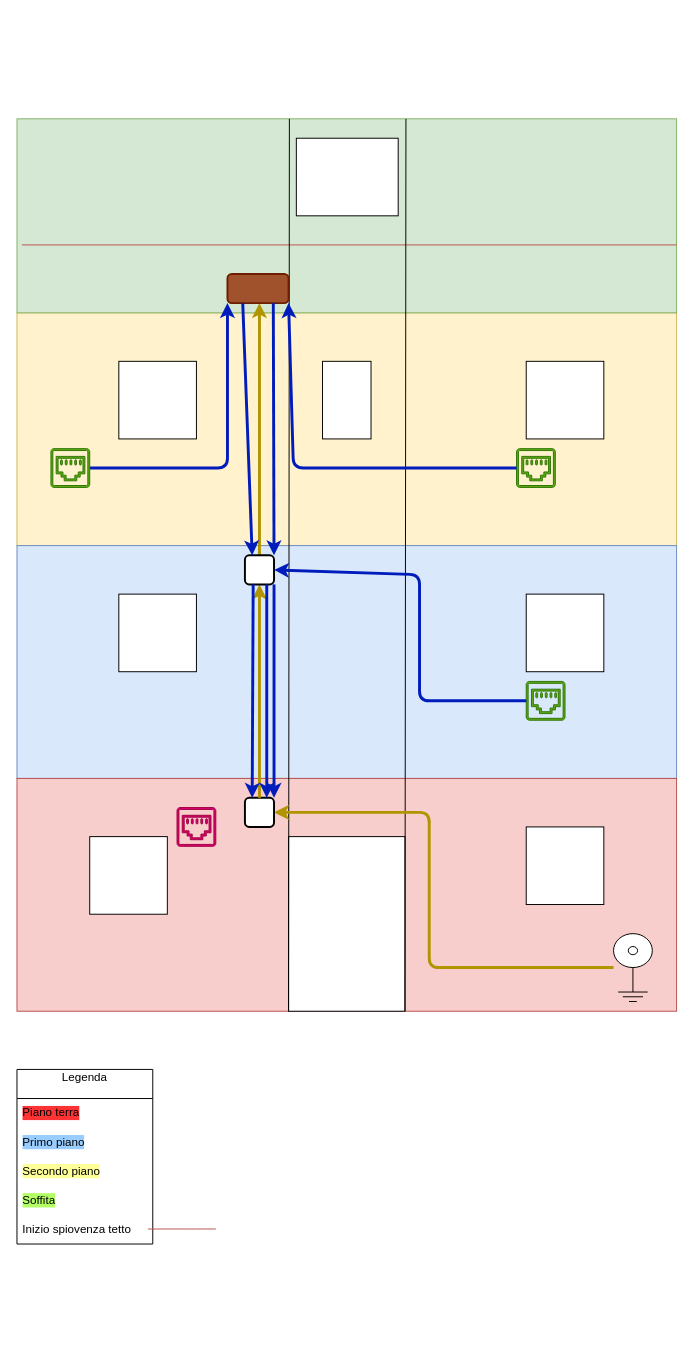
This is ideal-electric-setup.drawio from Vik1977/Projects-Documentation, a draw.io file, before an edit. Source tidied: cells renumbered, new cells numbered last; positions are measured from the earlier drawing's top-left corner, leaving out a move shared by most shapes. Both pictures are drawn from the tidied source at 97%, with x=0, y=0 at pixel (16, 118). Pictures stored in the file or linked from it are replaced by grey dashed boxes.
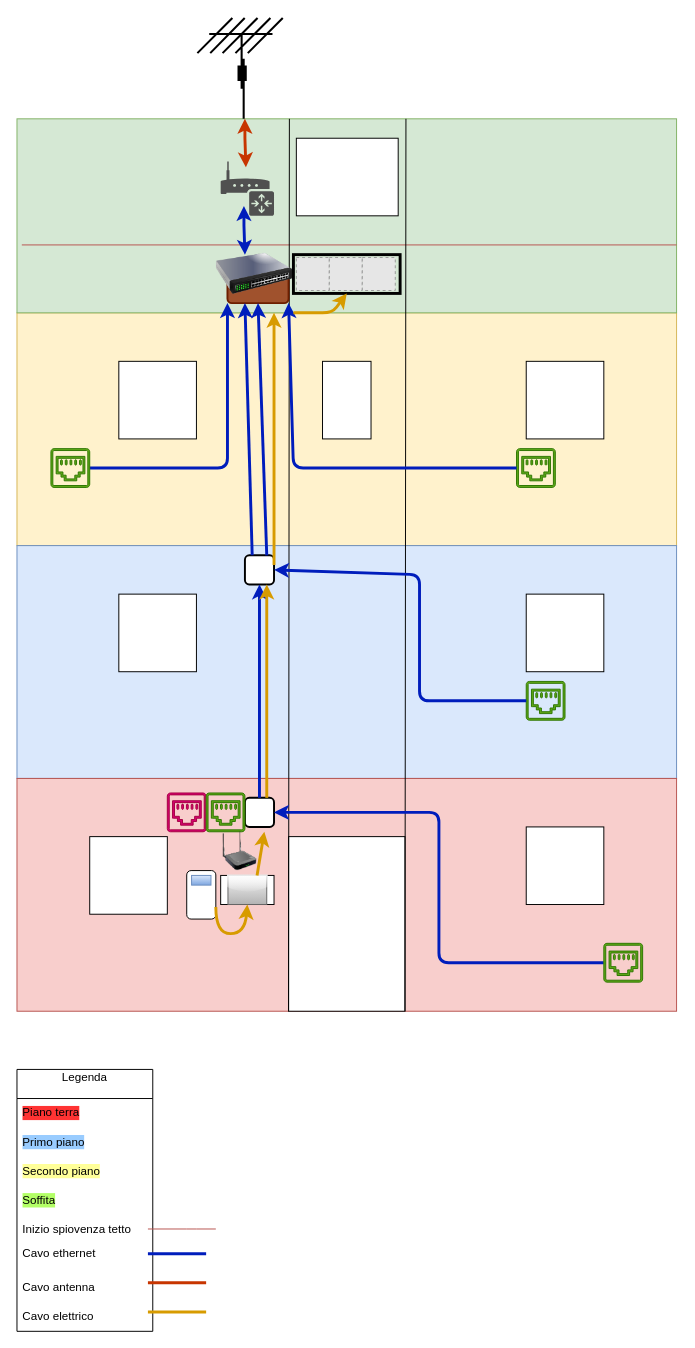
Above is the later version.

The change refers to these unchanged cells:
```xml
<mxCell id="33" style="whiteSpace=wrap;html=1;rounded=1;glass=0;strokeWidth=2;" parent="1" vertex="1">
  <mxGeometry x="235" y="700" width="30" height="30" as="geometry" />
</mxCell>
<mxCell id="35" style="whiteSpace=wrap;html=1;rounded=1;glass=0;strokeWidth=2;" parent="1" vertex="1">
  <mxGeometry x="235" y="450" width="30" height="30" as="geometry" />
</mxCell>
<mxCell id="36" style="rounded=1;whiteSpace=wrap;html=1;strokeWidth=2;fillColor=#a0522d;fontColor=#ffffff;strokeColor=#6D1F00;" parent="1" vertex="1">
  <mxGeometry x="217" y="160" width="63" height="30" as="geometry" />
</mxCell>
```

The edit, as a diff of the source:
```diff
@@
     <mxCell id="17" value="Legenda&lt;div&gt;&lt;br&gt;&lt;/div&gt;" style="swimlane;fontStyle=0;horizontal=1;startSize=30;whiteSpace=wrap;html=1;labelBackgroundColor=none;rounded=0;shadow=0;swimlaneLine=1;" parent="1" vertex="1">
-      <mxGeometry y="980" width="140" height="180" as="geometry" />
+      <mxGeometry y="980" width="140" height="270" as="geometry" />
     </mxCell>
@@
+    <mxCell id="44" value="Cavo ethernet&lt;span style=&quot;white-space: pre;&quot;&gt;&#9;&lt;/span&gt;&lt;div&gt;&lt;br&gt;&lt;/div&gt;" style="text;strokeColor=none;fillColor=none;align=left;verticalAlign=middle;spacingLeft=4;spacingRight=4;overflow=hidden;whiteSpace=wrap;html=1;labelBackgroundColor=none;" parent="17" vertex="1">
+      <mxGeometry y="180" width="140" height="30" as="geometry" />
+    </mxCell>
+    <mxCell id="45" value="Cavo antenna" style="text;strokeColor=none;fillColor=none;align=left;verticalAlign=middle;spacingLeft=4;spacingRight=4;overflow=hidden;whiteSpace=wrap;html=1;labelBackgroundColor=none;" parent="17" vertex="1">
+      <mxGeometry y="210" width="140" height="30" as="geometry" />
+    </mxCell>
+    <mxCell id="46" value="Cavo elettrico" style="text;strokeColor=none;fillColor=none;align=left;verticalAlign=middle;spacingLeft=4;spacingRight=4;overflow=hidden;whiteSpace=wrap;html=1;labelBackgroundColor=none;" parent="17" vertex="1">
+      <mxGeometry y="240" width="140" height="30" as="geometry" />
+    </mxCell>
@@
     <mxCell id="24" style="sketch=0;shadow=0;dashed=0;html=1;strokeColor=#A50040;fillColor=#d80073;labelPosition=center;verticalLabelPosition=bottom;verticalAlign=top;align=center;shape=mxgraph.vvd.ethernet_port;fontColor=#ffffff;direction=east;" parent="1" vertex="1">
-      <mxGeometry x="165" y="710" width="40" height="40" as="geometry" />
+      <mxGeometry x="155" y="695" width="40" height="40" as="geometry" />
     </mxCell>
@@
-    <mxCell id="30" style="edgeStyle=orthogonalEdgeStyle;rounded=1;jettySize=auto;html=1;strokeColor=#B09500;curved=0;strokeWidth=3;fillColor=#e3c800;" parent="1" edge="1" source="35">
-      <mxGeometry relative="1" as="geometry">
-        <mxPoint x="250" y="190" as="targetPoint" />
-      </mxGeometry>
-    </mxCell>
-    <mxCell id="31" style="verticalLabelPosition=bottom;shadow=0;dashed=0;align=center;html=1;verticalAlign=top;shape=mxgraph.electrical.miscellaneous.coaxial_jack_plug;" parent="1" vertex="1">
-      <mxGeometry x="615" y="840" width="40" height="70" as="geometry" />
-    </mxCell>
-    <mxCell id="32" style="edgeStyle=orthogonalEdgeStyle;rounded=1;jettySize=auto;html=1;strokeColor=#B09500;curved=0;strokeWidth=3;fillColor=#e3c800;" parent="1" edge="1" source="31" target="33">
-      <mxGeometry relative="1" as="geometry">
-        <Array as="points">
-          <mxPoint x="425" y="875" />
-          <mxPoint x="425" y="715" />
-        </Array>
-      </mxGeometry>
-    </mxCell>
@@
-    <mxCell id="34" style="edgeStyle=orthogonalEdgeStyle;rounded=1;jettySize=auto;html=1;strokeColor=#B09500;curved=0;strokeWidth=3;fillColor=#e3c800;" parent="1" edge="1" source="33" target="35">
-      <mxGeometry relative="1" as="geometry" />
-    </mxCell>
@@
-    <mxCell id="37" style="endArrow=classic;html=1;rounded=1;exitX=0.25;exitY=1;exitDx=0;exitDy=0;entryX=0.25;entryY=0;entryDx=0;entryDy=0;fillColor=#0050ef;strokeColor=#001DBC;strokeWidth=3;curved=0;" parent="1" edge="1" source="36" target="35">
-      <mxGeometry relative="1" as="geometry" />
-    </mxCell>
-    <mxCell id="38" style="endArrow=classic;html=1;rounded=1;exitX=0.25;exitY=1;exitDx=0;exitDy=0;entryX=0.25;entryY=0;entryDx=0;entryDy=0;fillColor=#0050ef;strokeColor=#001DBC;strokeWidth=3;curved=0;" parent="1" edge="1" target="33">
-      <mxGeometry relative="1" as="geometry">
-        <mxPoint x="243.5" y="480" as="sourcePoint" />
-      </mxGeometry>
-    </mxCell>
@@
-    <mxCell id="40" style="endArrow=classic;html=1;rounded=1;exitX=0.75;exitY=1;exitDx=0;exitDy=0;entryX=1;entryY=0;entryDx=0;entryDy=0;fillColor=#0050ef;strokeColor=#001DBC;strokeWidth=3;curved=0;" parent="1" edge="1" source="36" target="35">
+    <mxCell id="40" style="endArrow=classic;html=1;rounded=1;entryX=0.5;entryY=1;entryDx=0;entryDy=0;fillColor=#0050ef;strokeColor=#001DBC;strokeWidth=3;curved=0;exitX=0.75;exitY=0;exitDx=0;exitDy=0;" parent="1" edge="1" source="35" target="36">
       <mxGeometry relative="1" as="geometry" />
     </mxCell>
-    <mxCell id="41" style="endArrow=classic;html=1;rounded=1;exitX=1;exitY=1;exitDx=0;exitDy=0;entryX=1;entryY=0;entryDx=0;entryDy=0;fillColor=#0050ef;strokeColor=#001DBC;strokeWidth=3;curved=0;" parent="1" edge="1" source="35" target="33">
-      <mxGeometry relative="1" as="geometry" />
-    </mxCell>
@@
-    <mxCell id="43" style="endArrow=classic;html=1;rounded=1;exitX=0.75;exitY=1;exitDx=0;exitDy=0;entryX=0.75;entryY=0;entryDx=0;entryDy=0;fillColor=#0050ef;strokeColor=#001DBC;strokeWidth=3;curved=0;" parent="1" edge="1" source="35" target="33">
-      <mxGeometry relative="1" as="geometry" />
-    </mxCell>
+    <mxCell id="47" style="edgeStyle=orthogonalEdgeStyle;rounded=1;jettySize=auto;html=1;entryX=1;entryY=0.5;entryDx=0;entryDy=0;curved=0;strokeWidth=3;fillColor=#0050ef;strokeColor=#001DBC;" parent="1" edge="1" source="48" target="33">
+      <mxGeometry relative="1" as="geometry" />
+    </mxCell>
+    <mxCell id="48" style="sketch=0;shadow=0;dashed=0;html=1;strokeColor=#2D7600;fillColor=#60a917;labelPosition=center;verticalLabelPosition=bottom;verticalAlign=top;align=center;outlineConnect=0;shape=mxgraph.vvd.ethernet_port;fontColor=#ffffff;" parent="1" vertex="1">
+      <mxGeometry x="605" y="850" width="40" height="40" as="geometry" />
+    </mxCell>
+    <mxCell id="49" style="sketch=0;shadow=0;dashed=0;html=1;strokeColor=#2D7600;fillColor=#60a917;labelPosition=center;verticalLabelPosition=bottom;verticalAlign=top;align=center;shape=mxgraph.vvd.ethernet_port;fontColor=#ffffff;" parent="1" vertex="1">
+      <mxGeometry x="195" y="695" width="40" height="40" as="geometry" />
+    </mxCell>
+    <mxCell id="50" style="endArrow=classic;html=1;rounded=1;entryX=0.5;entryY=1;entryDx=0;entryDy=0;fillColor=#0050ef;strokeColor=#001DBC;strokeWidth=3;curved=0;exitX=0.5;exitY=0;exitDx=0;exitDy=0;" parent="1" edge="1" source="33" target="35">
+      <mxGeometry relative="1" as="geometry" />
+    </mxCell>
+    <mxCell id="51" style="image;html=1;image=img/lib/clip_art/networking/Repeater_128x128.png;" parent="1" vertex="1">
+      <mxGeometry x="205" y="735" width="50" height="40" as="geometry" />
+    </mxCell>
+    <mxCell id="52" style="endArrow=classic;html=1;rounded=1;exitX=0.25;exitY=0;exitDx=0;exitDy=0;fillColor=#0050ef;strokeColor=#001DBC;strokeWidth=3;curved=0;" parent="1" edge="1" source="35">
+      <mxGeometry relative="1" as="geometry">
+        <mxPoint x="235" y="190" as="targetPoint" />
+      </mxGeometry>
+    </mxCell>
+    <mxCell id="53" style="image;html=1;image=img/lib/clip_art/networking/Switch_128x128.png;" parent="1" vertex="1">
+      <mxGeometry x="205" y="120" width="80" height="80" as="geometry" />
+    </mxCell>
+    <mxCell id="54" style="sketch=0;shadow=0;dashed=0;html=1;strokeColor=none;fillColor=#505050;labelPosition=center;verticalLabelPosition=bottom;verticalAlign=top;align=center;shape=mxgraph.office.devices.router;" parent="1" vertex="1">
+      <mxGeometry x="210" y="44" width="55" height="56" as="geometry" />
+    </mxCell>
+    <mxCell id="55" style="endArrow=classic;startArrow=classic;html=1;rounded=0;strokeWidth=3;fillColor=#0050ef;strokeColor=#001DBC;" parent="1" edge="1">
+      <mxGeometry relative="1" as="geometry">
+        <mxPoint x="235" y="140" as="sourcePoint" />
+        <mxPoint x="234" y="90" as="targetPoint" />
+        <Array as="points">
+          <mxPoint x="234" y="110" />
+        </Array>
+      </mxGeometry>
+    </mxCell>
+    <mxCell id="56" style="endArrow=classic;startArrow=classic;html=1;rounded=0;strokeWidth=3;fillColor=#fa6800;strokeColor=#C73500;" parent="1" edge="1">
+      <mxGeometry relative="1" as="geometry">
+        <mxPoint x="236" y="50" as="sourcePoint" />
+        <mxPoint x="235" as="targetPoint" />
+        <Array as="points">
+          <mxPoint x="235" y="20" />
+        </Array>
+      </mxGeometry>
+    </mxCell>
+    <mxCell id="57" style="shape=mxgraph.cisco.wireless.antenna;html=1;dashed=0;fillColor=#036897;strokeColor=#ffffff;strokeWidth=2;verticalLabelPosition=bottom;verticalAlign=top;align=center;" parent="1" vertex="1">
+      <mxGeometry x="186" y="-104" width="88" height="104" as="geometry" />
+    </mxCell>
+    <mxCell id="58" style="fillColor=#E6E6E6;strokeColor=#999999;dashed=1;html=1;verticalAlign=top;verticalLabelPosition=bottom;labelBackgroundColor=#ffffff;" parent="1" vertex="1">
+      <mxGeometry x="288" y="143" width="34" height="34" as="geometry" />
+    </mxCell>
+    <mxCell id="59" style="fillColor=#E6E6E6;strokeColor=#999999;dashed=1;html=1;verticalAlign=top;verticalLabelPosition=bottom;labelBackgroundColor=#ffffff;" parent="1" vertex="1">
+      <mxGeometry x="322" y="143" width="34" height="34" as="geometry" />
+    </mxCell>
+    <mxCell id="60" style="fillColor=#E6E6E6;strokeColor=#999999;dashed=1;html=1;verticalAlign=top;verticalLabelPosition=bottom;labelBackgroundColor=#ffffff;" parent="1" vertex="1">
+      <mxGeometry x="356" y="143" width="34" height="34" as="geometry" />
+    </mxCell>
+    <mxCell id="61" style="rounded=0;whiteSpace=wrap;html=1;fillColor=none;strokeWidth=3;" parent="1" vertex="1">
+      <mxGeometry x="285" y="140" width="110" height="40" as="geometry" />
+    </mxCell>
+    <mxCell id="62" style="rounded=0;whiteSpace=wrap;html=1;" parent="1" vertex="1">
+      <mxGeometry x="210" y="780" width="55" height="30" as="geometry" />
+    </mxCell>
+    <mxCell id="63" style="rounded=1;whiteSpace=wrap;html=1;" parent="1" vertex="1">
+      <mxGeometry x="175" y="775" width="30" height="50" as="geometry" />
+    </mxCell>
+    <mxCell id="64" style="rounded=0;whiteSpace=wrap;html=1;fillColor=#dae8fc;gradientColor=#7ea6e0;strokeColor=#6c8ebf;" parent="1" vertex="1">
+      <mxGeometry x="180" y="780" width="20" height="10" as="geometry" />
+    </mxCell>
+    <mxCell id="65" style="rounded=0;whiteSpace=wrap;html=1;glass=1;fillColor=#f5f5f5;gradientColor=#b3b3b3;strokeColor=#666666;" parent="1" vertex="1">
+      <mxGeometry x="217.5" y="780" width="40" height="30" as="geometry" />
+    </mxCell>
+    <mxCell id="66" style="endArrow=classic;html=1;rounded=0;exitX=1;exitY=0.75;exitDx=0;exitDy=0;entryX=0.5;entryY=1;entryDx=0;entryDy=0;strokeWidth=3;fillColor=#ffcd28;gradientColor=#ffa500;strokeColor=#d79b00;curved=1;" parent="1" edge="1" source="63" target="65">
+      <mxGeometry relative="1" as="geometry">
+        <Array as="points">
+          <mxPoint x="205" y="840" />
+          <mxPoint x="235" y="840" />
+        </Array>
+      </mxGeometry>
+    </mxCell>
+    <mxCell id="67" style="endArrow=classic;html=1;rounded=0;strokeWidth=3;fillColor=#ffcd28;gradientColor=#ffa500;strokeColor=#d79b00;entryX=0.75;entryY=1;entryDx=0;entryDy=0;exitX=0.75;exitY=0;exitDx=0;exitDy=0;" parent="1" edge="1" source="33" target="35">
+      <mxGeometry relative="1" as="geometry" />
+    </mxCell>
+    <mxCell id="68" style="endArrow=classic;html=1;rounded=0;strokeWidth=3;fillColor=#ffcd28;gradientColor=#ffa500;strokeColor=#d79b00;entryX=1;entryY=0;entryDx=0;entryDy=0;exitX=0.75;exitY=0;exitDx=0;exitDy=0;" parent="1" edge="1" source="65" target="51">
+      <mxGeometry relative="1" as="geometry" />
+    </mxCell>
+    <mxCell id="69" style="endArrow=classic;html=1;rounded=0;strokeWidth=3;fillColor=#ffcd28;gradientColor=#ffa500;strokeColor=#d79b00;entryX=0.75;entryY=1;entryDx=0;entryDy=0;" parent="1" edge="1" target="53">
+      <mxGeometry relative="1" as="geometry">
+        <mxPoint x="265" y="460" as="sourcePoint" />
+      </mxGeometry>
+    </mxCell>
+    <mxCell id="70" style="endArrow=classic;html=1;rounded=1;strokeWidth=3;fillColor=#ffcd28;gradientColor=#ffa500;strokeColor=#d79b00;entryX=0.5;entryY=1;entryDx=0;entryDy=0;exitX=1;exitY=1;exitDx=0;exitDy=0;curved=0;" parent="1" edge="1" source="53" target="61">
+      <mxGeometry relative="1" as="geometry">
+        <Array as="points">
+          <mxPoint x="325" y="200" />
+        </Array>
+      </mxGeometry>
+    </mxCell>
+    <mxCell id="71" style="endArrow=none;html=1;rounded=0;strokeWidth=3;fillColor=#0050ef;strokeColor=#001DBC;" parent="1" edge="1">
+      <mxGeometry relative="1" as="geometry">
+        <mxPoint x="135" y="1170" as="sourcePoint" />
+        <mxPoint x="195" y="1170" as="targetPoint" />
+      </mxGeometry>
+    </mxCell>
+    <mxCell id="72" style="endArrow=none;html=1;rounded=0;strokeWidth=3;fillColor=#fa6800;strokeColor=#C73500;" parent="1" edge="1">
+      <mxGeometry relative="1" as="geometry">
+        <mxPoint x="135" y="1200" as="sourcePoint" />
+        <mxPoint x="195" y="1200" as="targetPoint" />
+      </mxGeometry>
+    </mxCell>
+    <mxCell id="73" style="endArrow=none;html=1;rounded=0;strokeWidth=3;fillColor=#ffcd28;strokeColor=#d79b00;gradientColor=#ffa500;" parent="1" edge="1">
+      <mxGeometry relative="1" as="geometry">
+        <mxPoint x="135" y="1230" as="sourcePoint" />
+        <mxPoint x="195" y="1230" as="targetPoint" />
+      </mxGeometry>
+    </mxCell>
```
